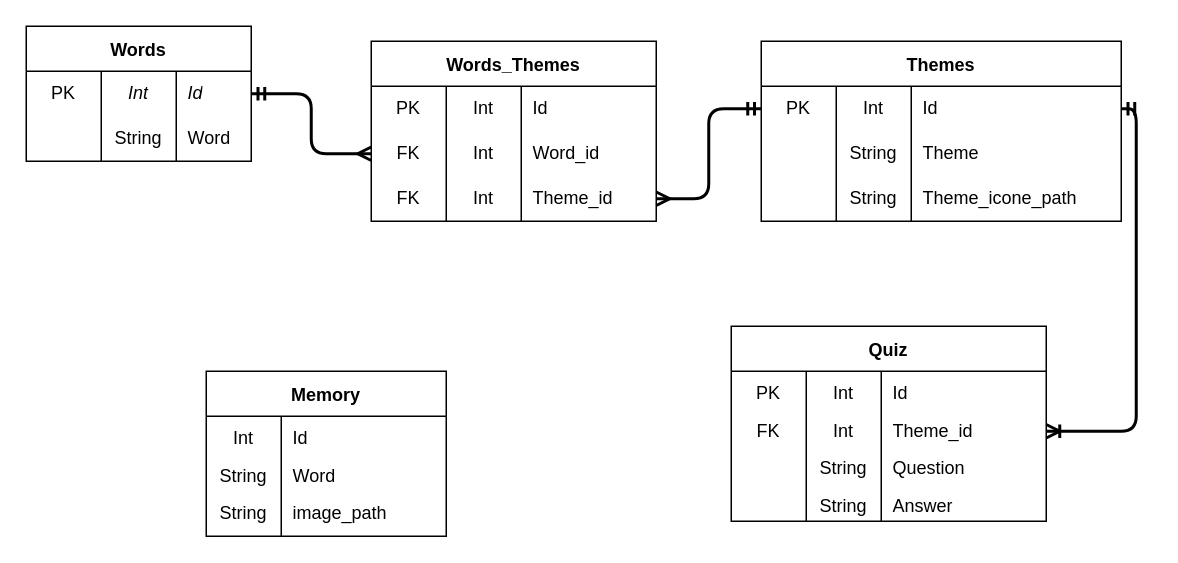
The draw.io diagram prisma/db_loovako.drawio in CO-dia/loovako, before the edit. Source tidied: cells renumbered, new cells numbered last; positions are measured from the earlier drawing's top-left corner, leaving out a move shared by most shapes. Both pictures are drawn from the tidied source at 150%, with x=0, y=0 at pixel (26, 26).
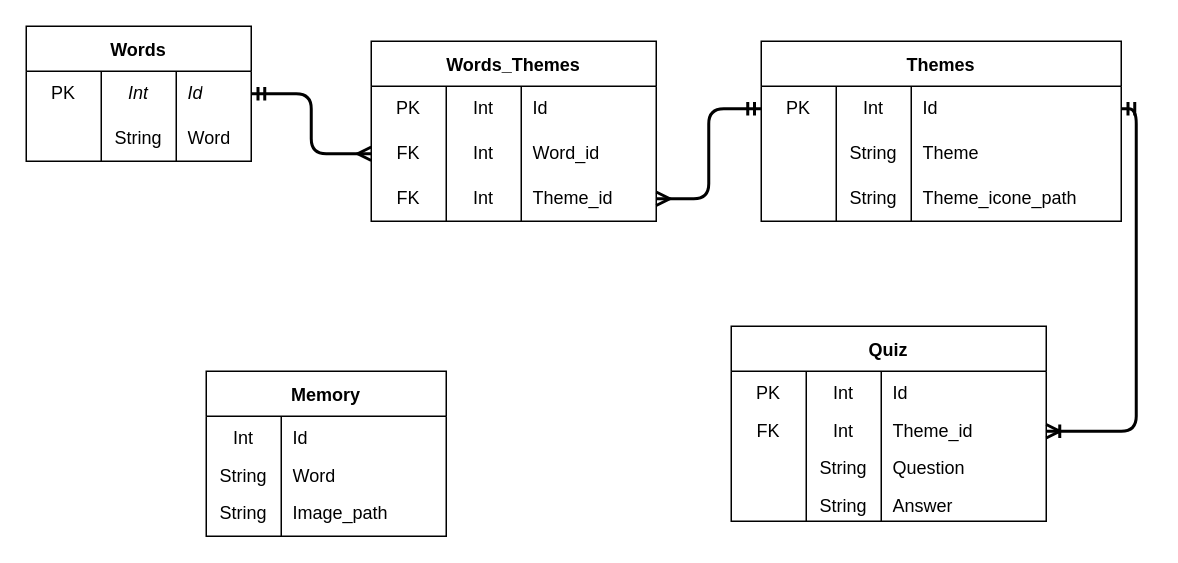
The same page after the edit.

Unchanged cells that the change refers to:
```xml
<mxCell id="44" style="shape=tableRow;horizontal=0;startSize=0;swimlaneHead=0;swimlaneBody=0;top=0;left=0;bottom=0;right=0;fillColor=none;" parent="37" vertex="1">
  <mxGeometry y="80" width="160" height="30" as="geometry" />
</mxCell>
```

The edit, as a diff of the source:
```diff
@@
-    <mxCell id="46" value="image_path" style="shape=partialRectangle;html=1;whiteSpace=wrap;fillColor=none;top=0;left=0;bottom=0;right=0;align=left;spacingLeft=6;overflow=hidden;" parent="44" vertex="1">
+    <mxCell id="46" value="Image_path" style="shape=partialRectangle;html=1;whiteSpace=wrap;fillColor=none;top=0;left=0;bottom=0;right=0;align=left;spacingLeft=6;overflow=hidden;" parent="44" vertex="1">
       <mxGeometry x="50" width="110" height="30" as="geometry" />
     </mxCell>
```
